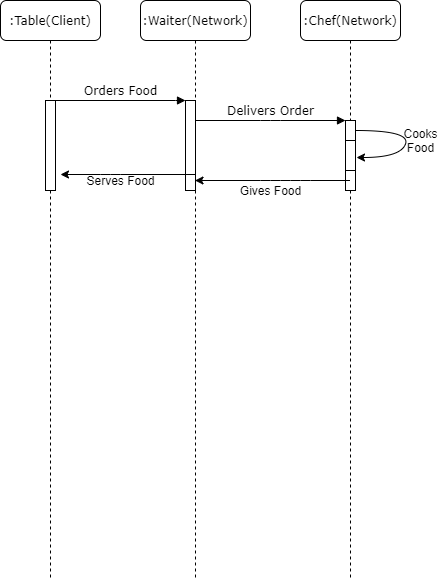
obrienam/ClientServerRestaurant keeps this draw.io diagram as Restaurant Diagram 2.png. Above is the earlier version. Source tidied: cells renumbered, new cells last; positions are measured from the earlier drawing's top-left corner, leaving out a move shared by most shapes.
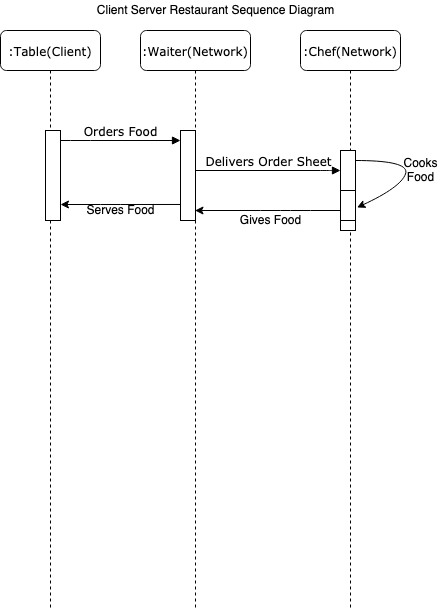
After the change.

What changed in the source:
```diff
@@ -6,16 +6,16 @@
       <mxGeometry x="140" width="110" height="580" as="geometry" />
     </mxCell>
     <mxCell id="3" style="html=1;points=[];perimeter=orthogonalPerimeter;rounded=0;shadow=0;comic=0;labelBackgroundColor=none;strokeWidth=1;fontFamily=Verdana;fontSize=12;align=center;" parent="2" vertex="1">
-      <mxGeometry x="45" y="100" width="10" height="90" as="geometry" />
+      <mxGeometry x="40" y="100" width="15" height="90" as="geometry" />
     </mxCell>
     <mxCell id="4" value=":Chef(Network)" style="shape=umlLifeline;perimeter=lifelinePerimeter;whiteSpace=wrap;html=1;outlineConnect=0;rounded=1;shadow=0;comic=0;labelBackgroundColor=none;strokeWidth=1;fontFamily=Verdana;fontSize=12;align=center;" parent="1" vertex="1">
       <mxGeometry x="300" width="100" height="580" as="geometry" />
     </mxCell>
     <mxCell id="5" style="html=1;points=[];perimeter=orthogonalPerimeter;rounded=0;shadow=0;comic=0;labelBackgroundColor=none;strokeWidth=1;fontFamily=Verdana;fontSize=12;align=center;" parent="4" vertex="1">
-      <mxGeometry x="45" y="120" width="10" height="70" as="geometry" />
+      <mxGeometry x="40" y="120" width="15" height="80" as="geometry" />
     </mxCell>
     <mxCell id="6" style="html=1;points=[];perimeter=orthogonalPerimeter;rounded=0;shadow=0;comic=0;labelBackgroundColor=none;strokeColor=#000000;strokeWidth=1;fillColor=#FFFFFF;fontFamily=Verdana;fontSize=12;fontColor=#000000;align=center;" parent="4" vertex="1">
-      <mxGeometry x="45" y="140" width="10" height="30" as="geometry" />
+      <mxGeometry x="40" y="160" width="15" height="30" as="geometry" />
     </mxCell>
     <mxCell id="7" style="curved=1;endArrow=classic;html=1;entryX=1.1;entryY=0.567;entryDx=0;entryDy=0;entryPerimeter=0;" parent="4" edge="1" source="5" target="6">
       <mxGeometry relative="1" as="geometry">
@@ -29,15 +29,26 @@
       <mxGeometry width="100" height="580" as="geometry" />
     </mxCell>
     <mxCell id="9" style="html=1;points=[];perimeter=orthogonalPerimeter;rounded=0;shadow=0;comic=0;labelBackgroundColor=none;strokeWidth=1;fontFamily=Verdana;fontSize=12;align=center;" parent="8" vertex="1">
-      <mxGeometry x="45" y="100" width="10" height="90" as="geometry" />
+      <mxGeometry x="45" y="100" width="15" height="90" as="geometry" />
     </mxCell>
-    <mxCell id="10" value="Orders Food" style="html=1;verticalAlign=bottom;endArrow=block;entryX=0;entryY=0;labelBackgroundColor=none;fontFamily=Verdana;fontSize=12;edgeStyle=elbowEdgeStyle;elbow=vertical;" parent="1" edge="1" source="9" target="3">
-      <mxGeometry relative="1" as="geometry" />
+    <mxCell id="10" value="Orders Food" style="html=1;verticalAlign=bottom;endArrow=block;labelBackgroundColor=none;fontFamily=Verdana;fontSize=12;edgeStyle=elbowEdgeStyle;elbow=vertical;" parent="1" edge="1" source="9">
+      <mxGeometry relative="1" as="geometry">
+        <mxPoint x="180" y="110" as="targetPoint" />
+        <Array as="points">
+          <mxPoint x="80" y="110" />
+        </Array>
+      </mxGeometry>
     </mxCell>
-    <mxCell id="11" value="Delivers Order" style="html=1;verticalAlign=bottom;endArrow=block;entryX=0;entryY=0;labelBackgroundColor=none;fontFamily=Verdana;fontSize=12;edgeStyle=elbowEdgeStyle;elbow=vertical;" parent="1" edge="1" source="3" target="5">
-      <mxGeometry relative="1" as="geometry" />
+    <mxCell id="11" value="Delivers Order Sheet" style="html=1;verticalAlign=bottom;endArrow=block;labelBackgroundColor=none;fontFamily=Verdana;fontSize=12;edgeStyle=elbowEdgeStyle;elbow=vertical;" parent="1" edge="1" source="3">
+      <mxGeometry relative="1" as="geometry">
+        <mxPoint x="340" y="140" as="targetPoint" />
+        <Array as="points">
+          <mxPoint x="330" y="140" />
+          <mxPoint x="270" y="140" />
+        </Array>
+      </mxGeometry>
     </mxCell>
-    <mxCell id="12" style="endArrow=classic;html=1;" parent="1" edge="1" source="4" target="2">
+    <mxCell id="12" style="endArrow=classic;html=1;exitX=0;exitY=0.667;exitDx=0;exitDy=0;exitPerimeter=0;" parent="1" edge="1" source="6" target="2">
       <mxGeometry relative="1" as="geometry">
         <Array as="points">
           <mxPoint x="300" y="180" />
@@ -48,7 +59,7 @@
     <mxCell id="13" value="Gives Food" style="text;html=1;align=center;verticalAlign=middle;" parent="1" vertex="1">
       <mxGeometry x="230" y="180" width="80" height="20" as="geometry" />
     </mxCell>
-    <mxCell id="14" style="endArrow=classic;html=1;" parent="1" edge="1" source="2">
+    <mxCell id="14" style="endArrow=classic;html=1;exitX=0;exitY=0.822;exitDx=0;exitDy=0;exitPerimeter=0;" parent="1" edge="1" source="3">
       <mxGeometry relative="1" as="geometry">
         <mxPoint x="60" y="174" as="targetPoint" />
         <Array as="points">
@@ -62,5 +73,8 @@
     <mxCell id="16" value="&lt;div&gt;Cooks&lt;/div&gt;&lt;div&gt;Food&lt;br&gt;&lt;/div&gt;" style="text;html=1;align=center;verticalAlign=middle;" parent="1" vertex="1">
       <mxGeometry x="395" y="125" width="50" height="30" as="geometry" />
     </mxCell>
+    <mxCell id="17" value="Client Server Restaurant Sequence Diagram" style="text;html=1;align=center;verticalAlign=middle;" parent="1" vertex="1">
+      <mxGeometry x="90" y="-30" width="250" height="20" as="geometry" />
+    </mxCell>
   </root>
 </mxGraphModel>
```
